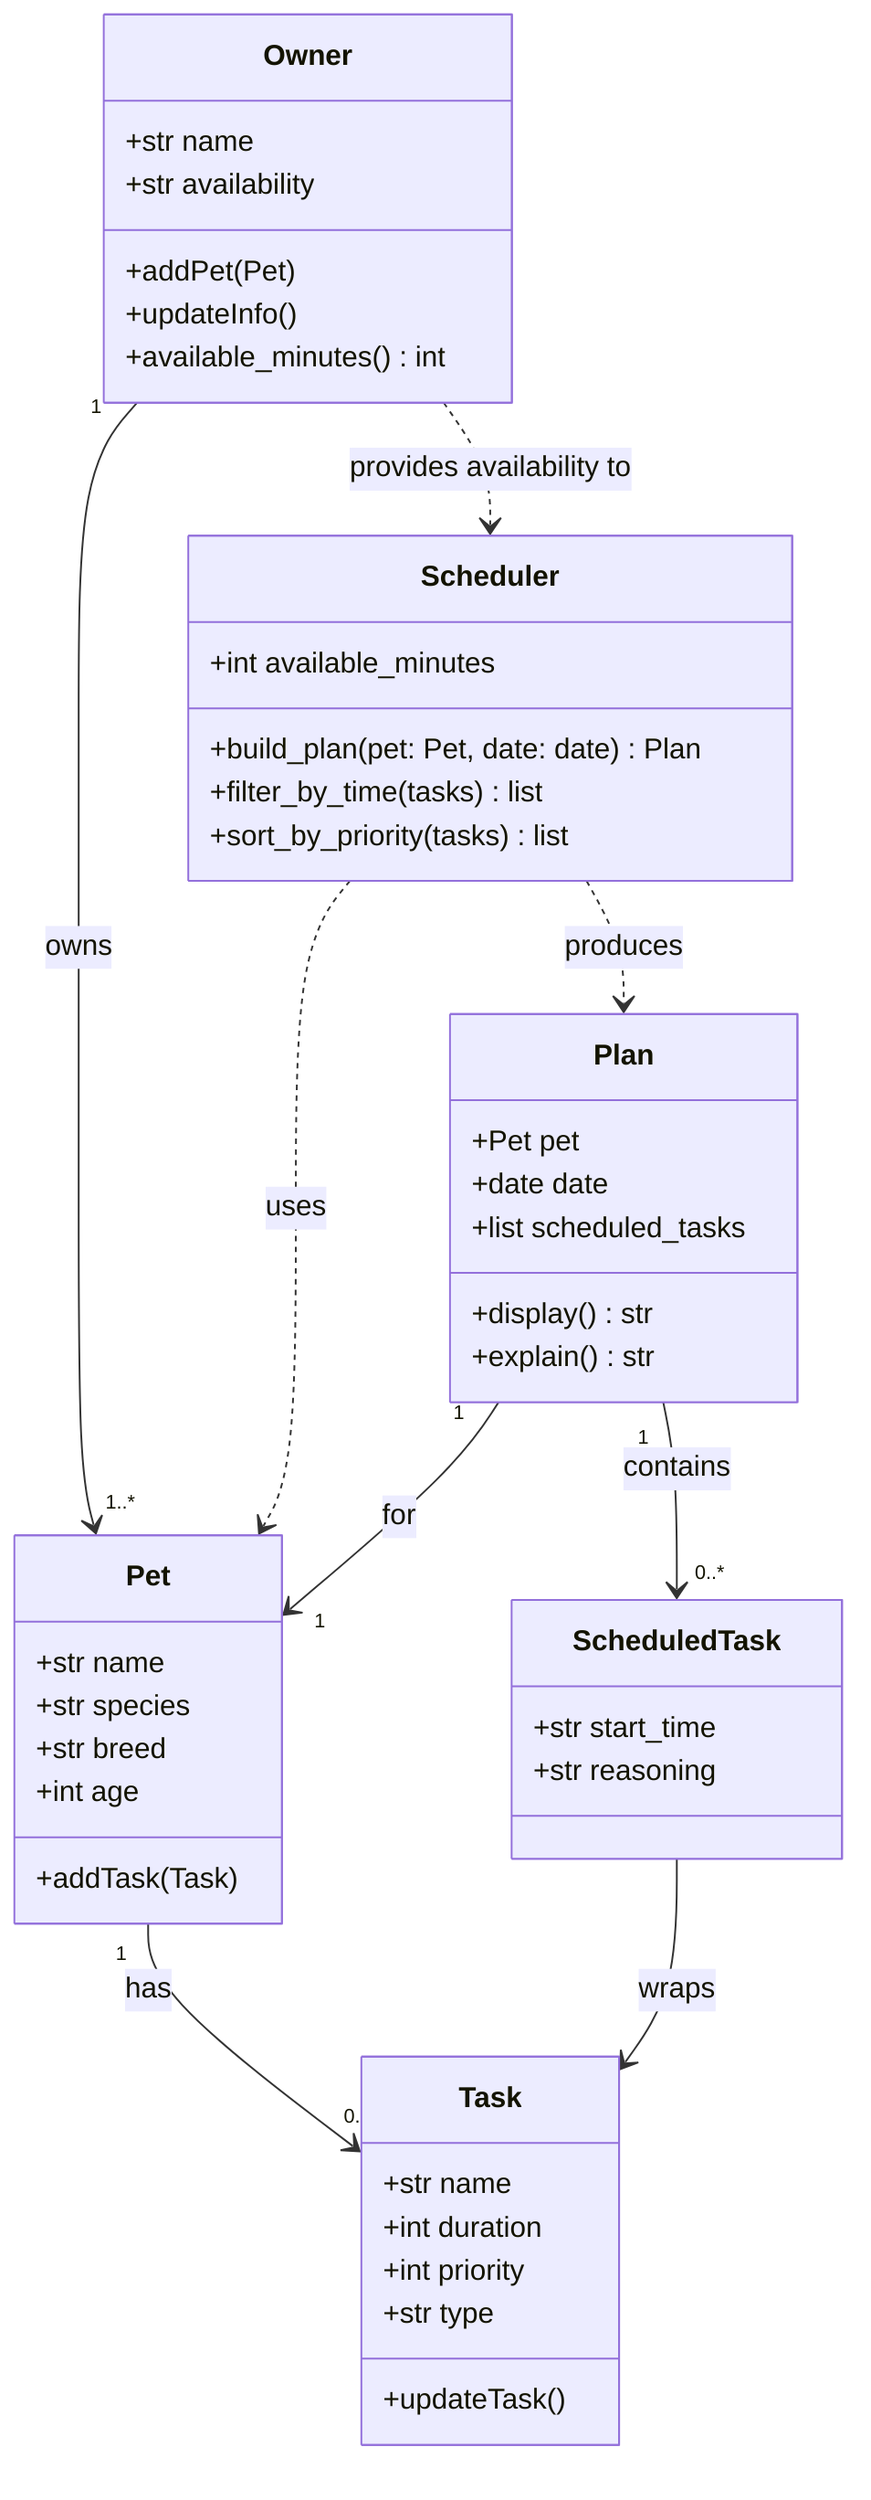
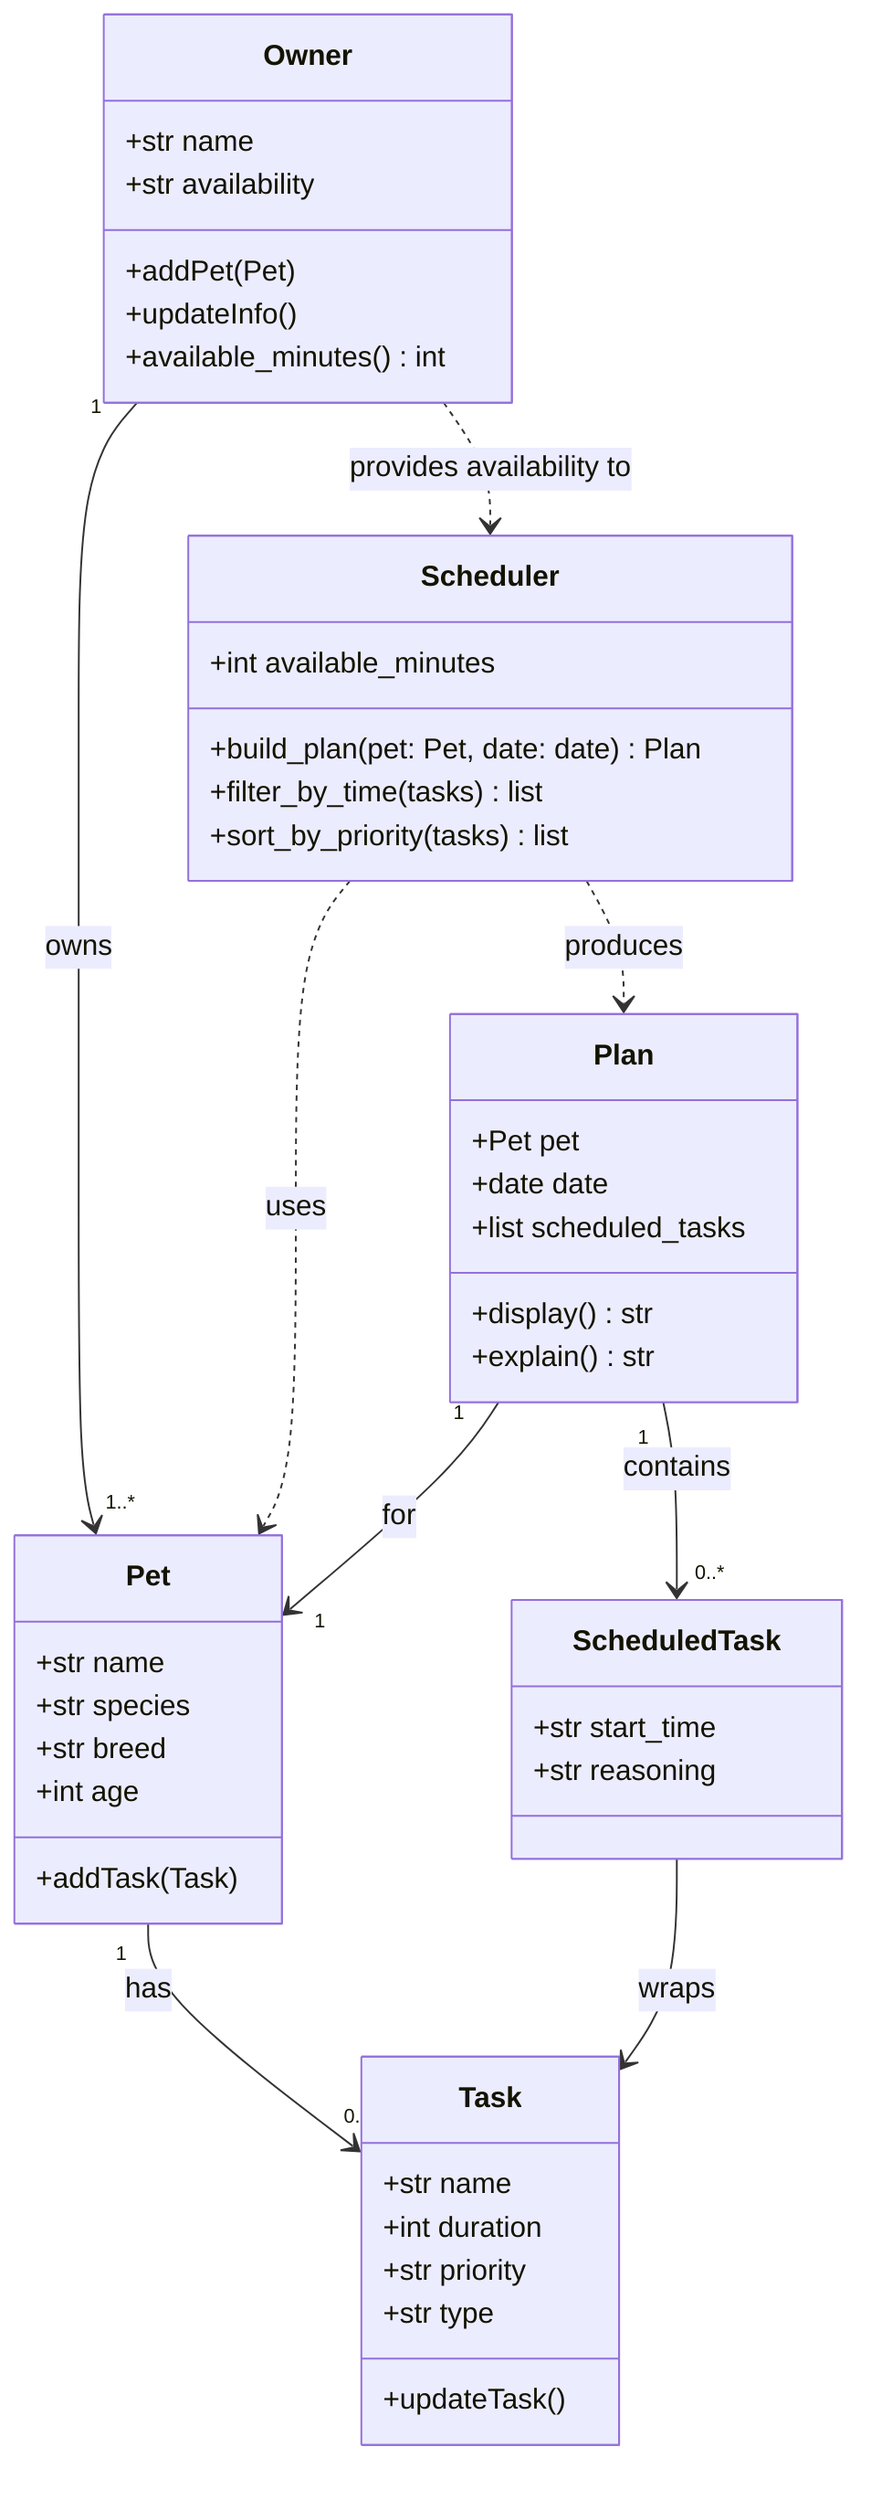
classDiagram
    class Owner {
        +str name
        +str availability
        +addPet(Pet)
        +updateInfo()
        +available_minutes() int
    }

    class Pet {
        +str name
        +str species
        +str breed
        +int age
        +addTask(Task)
    }

    class Task {
        +str name
        +int duration
-         +int priority
+         +str priority
        +str type
        +updateTask()
    }

    class Scheduler {
        +int available_minutes
        +build_plan(pet: Pet, date: date) Plan
        +filter_by_time(tasks) list
        +sort_by_priority(tasks) list
    }

    class Plan {
        +Pet pet
        +date date
        +list scheduled_tasks
        +display() str
        +explain() str
    }

    class ScheduledTask {
        +str start_time
        +str reasoning
    }

    Owner "1" --> "1..*" Pet : owns
    Pet "1" --> "0..*" Task : has
    Owner ..> Scheduler : provides availability to
    Scheduler ..> Pet : uses
    Scheduler ..> Plan : produces
    Plan "1" --> "1" Pet : for
    Plan "1" --> "0..*" ScheduledTask : contains
    ScheduledTask --> Task : wraps
